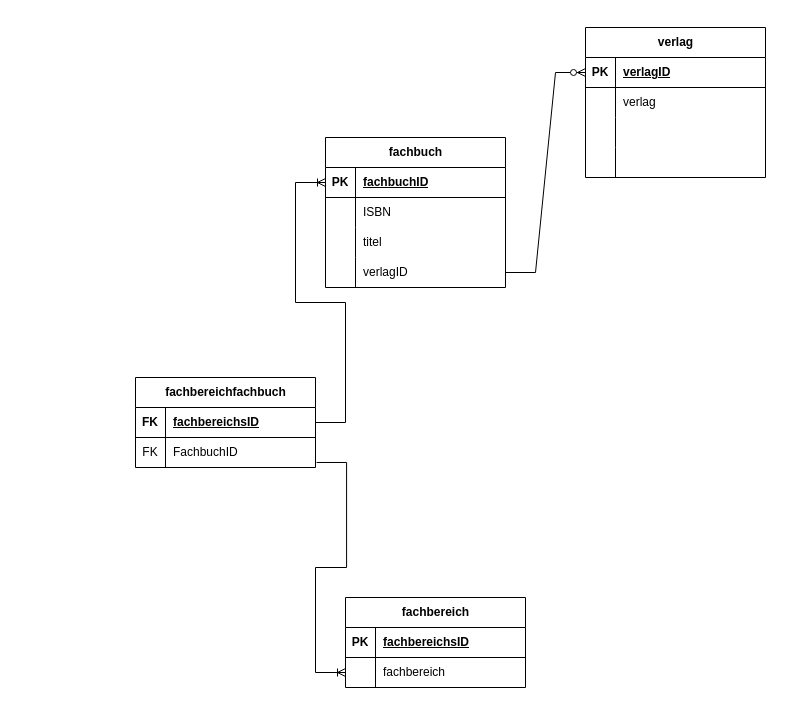
MelanieZiegerEckhard/datenbank keeps this draw.io diagram as LE_07_01.drawio. Above is the earlier version. Source tidied: cells renumbered, new cells numbered last; positions are measured from the earlier drawing's top-left corner, leaving out a move shared by most shapes. Both pictures are drawn from the tidied source at 100%, with x=0, y=0 at pixel (135, 27).
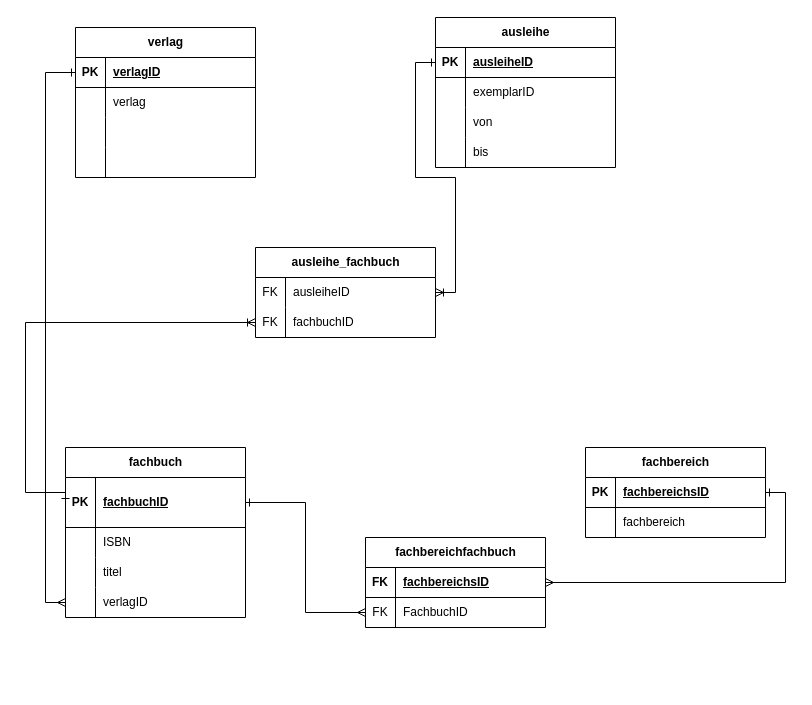
Above is the later version.

Unchanged cells that the change refers to:
```xml
<mxCell id="16" style="shape=tableRow;horizontal=0;startSize=0;swimlaneHead=0;swimlaneBody=0;fillColor=none;points=[[0,0.5],[1,0.5]];portConstraint=eastwest;top=0;left=0;right=0;bottom=1;" parent="15" vertex="1">
  <mxGeometry y="30" width="180" height="30" as="geometry" />
</mxCell>
<mxCell id="29" style="shape=tableRow;horizontal=0;startSize=0;swimlaneHead=0;swimlaneBody=0;fillColor=none;points=[[0,0.5],[1,0.5]];portConstraint=eastwest;top=0;left=0;right=0;bottom=1;" parent="28" vertex="1">
  <mxGeometry y="30" width="180" height="30" as="geometry" />
</mxCell>
<mxCell id="32" style="shape=tableRow;horizontal=0;startSize=0;swimlaneHead=0;swimlaneBody=0;fillColor=none;points=[[0,0.5],[1,0.5]];portConstraint=eastwest;top=0;left=0;right=0;bottom=0;" parent="28" vertex="1">
  <mxGeometry y="60" width="180" height="30" as="geometry" />
</mxCell>
<mxCell id="36" style="shape=tableRow;horizontal=0;startSize=0;swimlaneHead=0;swimlaneBody=0;fillColor=none;points=[[0,0.5],[1,0.5]];portConstraint=eastwest;top=0;left=0;right=0;bottom=1;" parent="35" vertex="1">
  <mxGeometry y="30" width="180" height="30" as="geometry" />
</mxCell>
<mxCell id="39" style="shape=tableRow;horizontal=0;startSize=0;swimlaneHead=0;swimlaneBody=0;fillColor=none;points=[[0,0.5],[1,0.5]];portConstraint=eastwest;top=0;left=0;right=0;bottom=0;" parent="35" vertex="1">
  <mxGeometry y="60" width="180" height="30" as="geometry" />
</mxCell>
```

Diff of the diagram source:
```diff
@@
     <mxCell id="2" value="fachbuch" style="shape=table;startSize=30;childLayout=tableLayout;rowLines=0;fontStyle=1;align=center;html=1;" parent="1" vertex="1">
-      <mxGeometry x="190" y="110" width="180" height="150" as="geometry" />
+      <mxGeometry x="-70" y="420" width="180" height="170" as="geometry" />
     </mxCell>
     <mxCell id="3" style="shape=tableRow;horizontal=0;startSize=0;swimlaneHead=0;swimlaneBody=0;fillColor=none;points=[[0,0.5],[1,0.5]];portConstraint=eastwest;top=0;left=0;right=0;bottom=1;" parent="2" vertex="1">
-      <mxGeometry y="30" width="180" height="30" as="geometry" />
+      <mxGeometry y="30" width="180" height="50" as="geometry" />
     </mxCell>
     <mxCell id="4" value="PK" style="shape=partialRectangle;fillColor=none;top=0;left=0;bottom=0;right=0;fontStyle=1;overflow=hidden;whiteSpace=wrap;html=1;" parent="3" vertex="1">
-      <mxGeometry width="30" height="30" as="geometry" />
+      <mxGeometry width="30" height="50" as="geometry" />
     </mxCell>
     <mxCell id="5" value="fachbuchID" style="shape=partialRectangle;fillColor=none;top=0;left=0;bottom=0;right=0;align=left;spacingLeft=6;fontStyle=5;overflow=hidden;whiteSpace=wrap;html=1;" parent="3" vertex="1">
-      <mxGeometry x="30" width="150" height="30" as="geometry" />
+      <mxGeometry x="30" width="150" height="50" as="geometry" />
     </mxCell>
     <mxCell id="6" style="shape=tableRow;horizontal=0;startSize=0;swimlaneHead=0;swimlaneBody=0;fillColor=none;top=0;left=0;right=0;bottom=0;" parent="2" vertex="1">
-      <mxGeometry y="60" width="180" height="30" as="geometry" />
+      <mxGeometry y="80" width="180" height="30" as="geometry" />
     </mxCell>
@@
     <mxCell id="9" style="shape=tableRow;horizontal=0;startSize=0;swimlaneHead=0;swimlaneBody=0;fillColor=none;top=0;left=0;right=0;bottom=0;" parent="2" vertex="1">
-      <mxGeometry y="90" width="180" height="30" as="geometry" />
+      <mxGeometry y="110" width="180" height="30" as="geometry" />
     </mxCell>
@@
     <mxCell id="12" style="shape=tableRow;horizontal=0;startSize=0;swimlaneHead=0;swimlaneBody=0;fillColor=none;points=[[0,0.5],[1,0.5]];portConstraint=eastwest;top=0;left=0;right=0;bottom=0;" parent="2" vertex="1">
-      <mxGeometry y="120" width="180" height="30" as="geometry" />
+      <mxGeometry y="140" width="180" height="30" as="geometry" />
     </mxCell>
@@
     <mxCell id="15" value="verlag" style="shape=table;startSize=30;childLayout=tableLayout;rowLines=0;fontStyle=1;align=center;html=1;" parent="1" vertex="1">
-      <mxGeometry x="450" width="180" height="150" as="geometry" />
+      <mxGeometry x="-60" width="180" height="150" as="geometry" />
     </mxCell>
@@
     <mxCell id="28" value="fachbereichfachbuch" style="shape=table;startSize=30;childLayout=tableLayout;rowLines=0;fontStyle=1;align=center;html=1;" parent="1" vertex="1">
-      <mxGeometry y="350" width="180" height="90" as="geometry" />
+      <mxGeometry x="230" y="510" width="180" height="90" as="geometry" />
     </mxCell>
@@
     <mxCell id="35" value="fachbereich" style="shape=table;startSize=30;childLayout=tableLayout;rowLines=0;fontStyle=1;align=center;html=1;" parent="1" vertex="1">
-      <mxGeometry x="210" y="570" width="180" height="90" as="geometry" />
+      <mxGeometry x="450" y="420" width="180" height="90" as="geometry" />
     </mxCell>
@@
-    <mxCell id="42" style="edgeStyle=entityRelationEdgeStyle;fontSize=12;html=1;endArrow=ERzeroToMany;endFill=1;rounded=0;exitX=1;exitY=0.5;exitDx=0;exitDy=0;entryX=0;entryY=0.5;entryDx=0;entryDy=0;" parent="1" edge="1" source="12" target="16">
+    <mxCell id="42" style="edgeStyle=orthogonalEdgeStyle;rounded=0;jettySize=auto;html=1;exitX=0;exitY=0.5;exitDx=0;exitDy=0;entryX=0;entryY=0.5;entryDx=0;entryDy=0;endArrow=ERone;endFill=0;startArrow=ERmany;startFill=0;" parent="1" edge="1" source="12" target="16">
       <mxGeometry relative="1" as="geometry" />
     </mxCell>
-    <mxCell id="43" style="edgeStyle=entityRelationEdgeStyle;fontSize=12;html=1;endArrow=ERoneToMany;rounded=0;entryX=0;entryY=0.5;entryDx=0;entryDy=0;exitX=1;exitY=0.5;exitDx=0;exitDy=0;" parent="1" edge="1" source="29" target="3">
-      <mxGeometry relative="1" as="geometry">
-        <Array as="points">
-          <mxPoint x="40" y="395" />
-          <mxPoint x="20" y="395" />
-        </Array>
-      </mxGeometry>
-    </mxCell>
-    <mxCell id="44" style="edgeStyle=entityRelationEdgeStyle;fontSize=12;html=1;endArrow=ERoneToMany;rounded=0;exitX=1.006;exitY=0.833;exitDx=0;exitDy=0;exitPerimeter=0;entryX=0;entryY=0.5;entryDx=0;entryDy=0;" parent="1" edge="1" source="32" target="39">
-      <mxGeometry relative="1" as="geometry" />
-    </mxCell>
+    <mxCell id="45" style="edgeStyle=orthogonalEdgeStyle;rounded=0;jettySize=auto;html=1;exitX=1;exitY=0.5;exitDx=0;exitDy=0;entryX=0;entryY=0.5;entryDx=0;entryDy=0;endArrow=ERmany;endFill=0;startArrow=ERone;startFill=0;" parent="1" edge="1" source="3" target="32">
+      <mxGeometry relative="1" as="geometry" />
+    </mxCell>
+    <mxCell id="46" value="ausleihe" style="shape=table;startSize=30;childLayout=tableLayout;rowLines=0;fontStyle=1;align=center;html=1;" parent="1" vertex="1">
+      <mxGeometry x="300" y="-10" width="180" height="150" as="geometry" />
+    </mxCell>
+    <mxCell id="47" style="shape=tableRow;horizontal=0;startSize=0;swimlaneHead=0;swimlaneBody=0;fillColor=none;points=[[0,0.5],[1,0.5]];portConstraint=eastwest;top=0;left=0;right=0;bottom=1;" parent="46" vertex="1">
+      <mxGeometry y="30" width="180" height="30" as="geometry" />
+    </mxCell>
+    <mxCell id="48" value="PK" style="shape=partialRectangle;fillColor=none;top=0;left=0;bottom=0;right=0;fontStyle=1;overflow=hidden;whiteSpace=wrap;html=1;" parent="47" vertex="1">
+      <mxGeometry width="30" height="30" as="geometry" />
+    </mxCell>
+    <mxCell id="49" value="ausleiheID" style="shape=partialRectangle;fillColor=none;top=0;left=0;bottom=0;right=0;align=left;spacingLeft=6;fontStyle=5;overflow=hidden;whiteSpace=wrap;html=1;" parent="47" vertex="1">
+      <mxGeometry x="30" width="150" height="30" as="geometry" />
+    </mxCell>
+    <mxCell id="50" style="shape=tableRow;horizontal=0;startSize=0;swimlaneHead=0;swimlaneBody=0;fillColor=none;top=0;left=0;right=0;bottom=0;" parent="46" vertex="1">
+      <mxGeometry y="60" width="180" height="30" as="geometry" />
+    </mxCell>
+    <mxCell id="51" style="shape=partialRectangle;fillColor=none;top=0;left=0;bottom=0;right=0;overflow=hidden;whiteSpace=wrap;html=1;" parent="50" vertex="1">
+      <mxGeometry width="30" height="30" as="geometry" />
+    </mxCell>
+    <mxCell id="52" value="exemplarID" style="shape=partialRectangle;fillColor=none;top=0;left=0;bottom=0;right=0;align=left;spacingLeft=6;overflow=hidden;whiteSpace=wrap;html=1;" parent="50" vertex="1">
+      <mxGeometry x="30" width="150" height="30" as="geometry" />
+    </mxCell>
+    <mxCell id="53" style="shape=tableRow;horizontal=0;startSize=0;swimlaneHead=0;swimlaneBody=0;fillColor=none;top=0;left=0;right=0;bottom=0;" parent="46" vertex="1">
+      <mxGeometry y="90" width="180" height="30" as="geometry" />
+    </mxCell>
+    <mxCell id="54" style="shape=partialRectangle;fillColor=none;top=0;left=0;bottom=0;right=0;overflow=hidden;whiteSpace=wrap;html=1;" parent="53" vertex="1">
+      <mxGeometry width="30" height="30" as="geometry" />
+    </mxCell>
+    <mxCell id="55" value="von" style="shape=partialRectangle;fillColor=none;top=0;left=0;bottom=0;right=0;align=left;spacingLeft=6;overflow=hidden;whiteSpace=wrap;html=1;" parent="53" vertex="1">
+      <mxGeometry x="30" width="150" height="30" as="geometry" />
+    </mxCell>
+    <mxCell id="56" style="shape=tableRow;horizontal=0;startSize=0;swimlaneHead=0;swimlaneBody=0;fillColor=none;top=0;left=0;right=0;bottom=0;" parent="46" vertex="1">
+      <mxGeometry y="120" width="180" height="30" as="geometry" />
+    </mxCell>
+    <mxCell id="57" style="shape=partialRectangle;fillColor=none;top=0;left=0;bottom=0;right=0;overflow=hidden;whiteSpace=wrap;html=1;" parent="56" vertex="1">
+      <mxGeometry width="30" height="30" as="geometry" />
+    </mxCell>
+    <mxCell id="58" value="bis" style="shape=partialRectangle;fillColor=none;top=0;left=0;bottom=0;right=0;align=left;spacingLeft=6;overflow=hidden;whiteSpace=wrap;html=1;" parent="56" vertex="1">
+      <mxGeometry x="30" width="150" height="30" as="geometry" />
+    </mxCell>
+    <mxCell id="59" style="edgeStyle=orthogonalEdgeStyle;rounded=0;jettySize=auto;html=1;exitX=1;exitY=0.5;exitDx=0;exitDy=0;entryX=1;entryY=0.5;entryDx=0;entryDy=0;endArrow=ERmany;endFill=0;startArrow=ERone;startFill=0;" parent="1" edge="1" source="36" target="29">
+      <mxGeometry relative="1" as="geometry" />
+    </mxCell>
+    <mxCell id="60" value="ausleihe_fachbuch" style="shape=table;startSize=30;childLayout=tableLayout;rowLines=0;fontStyle=1;align=center;html=1;" parent="1" vertex="1">
+      <mxGeometry x="120" y="220" width="180" height="90" as="geometry" />
+    </mxCell>
+    <mxCell id="61" style="shape=tableRow;horizontal=0;startSize=0;swimlaneHead=0;swimlaneBody=0;fillColor=none;points=[[0,0.5],[1,0.5]];portConstraint=eastwest;top=0;left=0;right=0;bottom=0;" parent="60" vertex="1">
+      <mxGeometry y="30" width="180" height="30" as="geometry" />
+    </mxCell>
+    <mxCell id="62" value="FK" style="shape=partialRectangle;fillColor=none;top=0;left=0;bottom=0;right=0;overflow=hidden;whiteSpace=wrap;html=1;" parent="61" vertex="1">
+      <mxGeometry width="30" height="30" as="geometry" />
+    </mxCell>
+    <mxCell id="63" value="ausleiheID" style="shape=partialRectangle;fillColor=none;top=0;left=0;bottom=0;right=0;align=left;spacingLeft=6;overflow=hidden;whiteSpace=wrap;html=1;" parent="61" vertex="1">
+      <mxGeometry x="30" width="150" height="30" as="geometry" />
+    </mxCell>
+    <mxCell id="64" style="shape=tableRow;horizontal=0;startSize=0;swimlaneHead=0;swimlaneBody=0;fillColor=none;points=[[0,0.5],[1,0.5]];portConstraint=eastwest;top=0;left=0;right=0;bottom=0;" parent="60" vertex="1">
+      <mxGeometry y="60" width="180" height="30" as="geometry" />
+    </mxCell>
+    <mxCell id="65" value="FK" style="shape=partialRectangle;fillColor=none;top=0;left=0;bottom=0;right=0;overflow=hidden;whiteSpace=wrap;html=1;" parent="64" vertex="1">
+      <mxGeometry width="30" height="30" as="geometry" />
+    </mxCell>
+    <mxCell id="66" value="fachbuchID" style="shape=partialRectangle;fillColor=none;top=0;left=0;bottom=0;right=0;align=left;spacingLeft=6;overflow=hidden;whiteSpace=wrap;html=1;" parent="64" vertex="1">
+      <mxGeometry x="30" width="150" height="30" as="geometry" />
+    </mxCell>
+    <mxCell id="67" style="edgeStyle=orthogonalEdgeStyle;rounded=0;jettySize=auto;html=1;exitX=0;exitY=0.5;exitDx=0;exitDy=0;entryX=1;entryY=0.5;entryDx=0;entryDy=0;startArrow=ERone;startFill=0;endArrow=ERoneToMany;endFill=0;" parent="1" edge="1" source="47" target="61">
+      <mxGeometry relative="1" as="geometry" />
+    </mxCell>
+    <mxCell id="68" style="edgeStyle=orthogonalEdgeStyle;rounded=0;jettySize=auto;html=1;exitX=0;exitY=0.5;exitDx=0;exitDy=0;entryX=0;entryY=0.5;entryDx=0;entryDy=0;endArrow=ERone;endFill=0;startArrow=ERoneToMany;startFill=0;" parent="1" edge="1" source="64" target="3">
+      <mxGeometry relative="1" as="geometry">
+        <Array as="points">
+          <mxPoint x="-110" y="295" />
+          <mxPoint x="-110" y="465" />
+        </Array>
+      </mxGeometry>
+    </mxCell>
```
